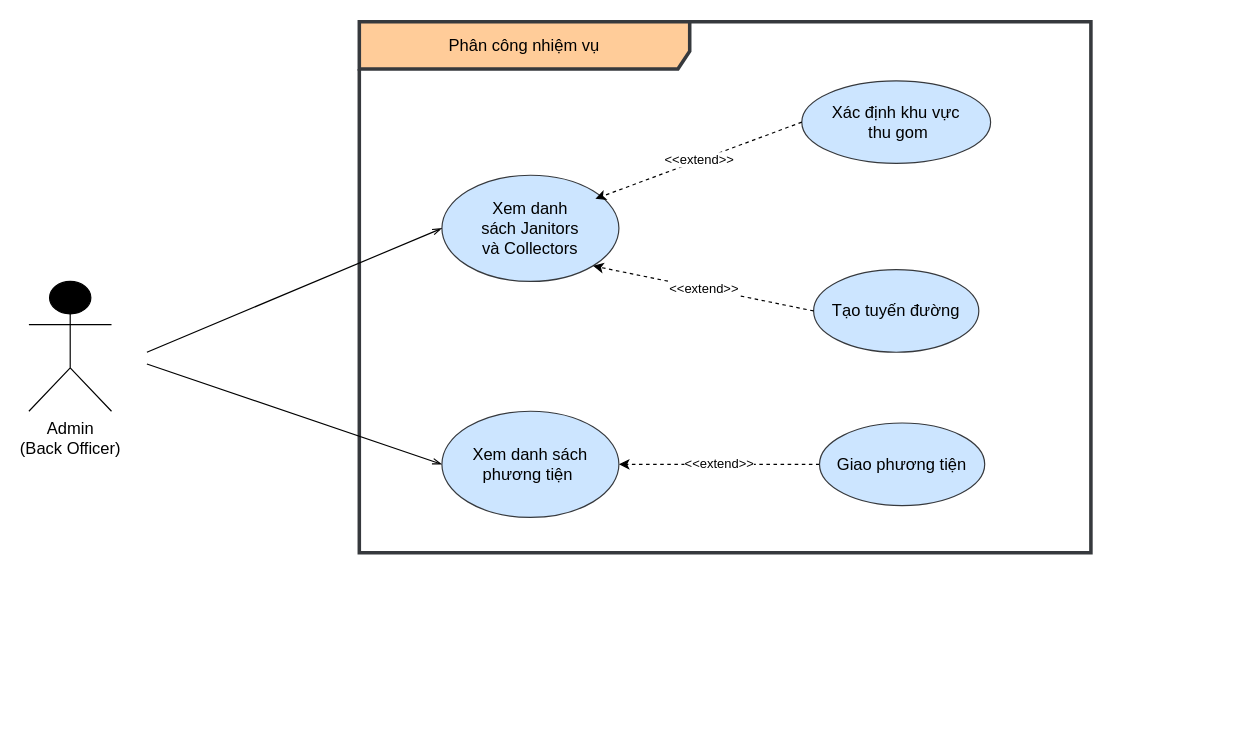
Above: Task 1/1.3/Task assignment.drawio in astr0tas/SE-with-Da-Bois---UWC-2.0 (draw.io), before the change. Source tidied: cells renumbered, new cells numbered last; positions are measured from the earlier drawing's top-left corner, leaving out a move shared by most shapes. Both pictures are drawn from the tidied source at 118%, with x=0, y=0 at pixel (28, 21).
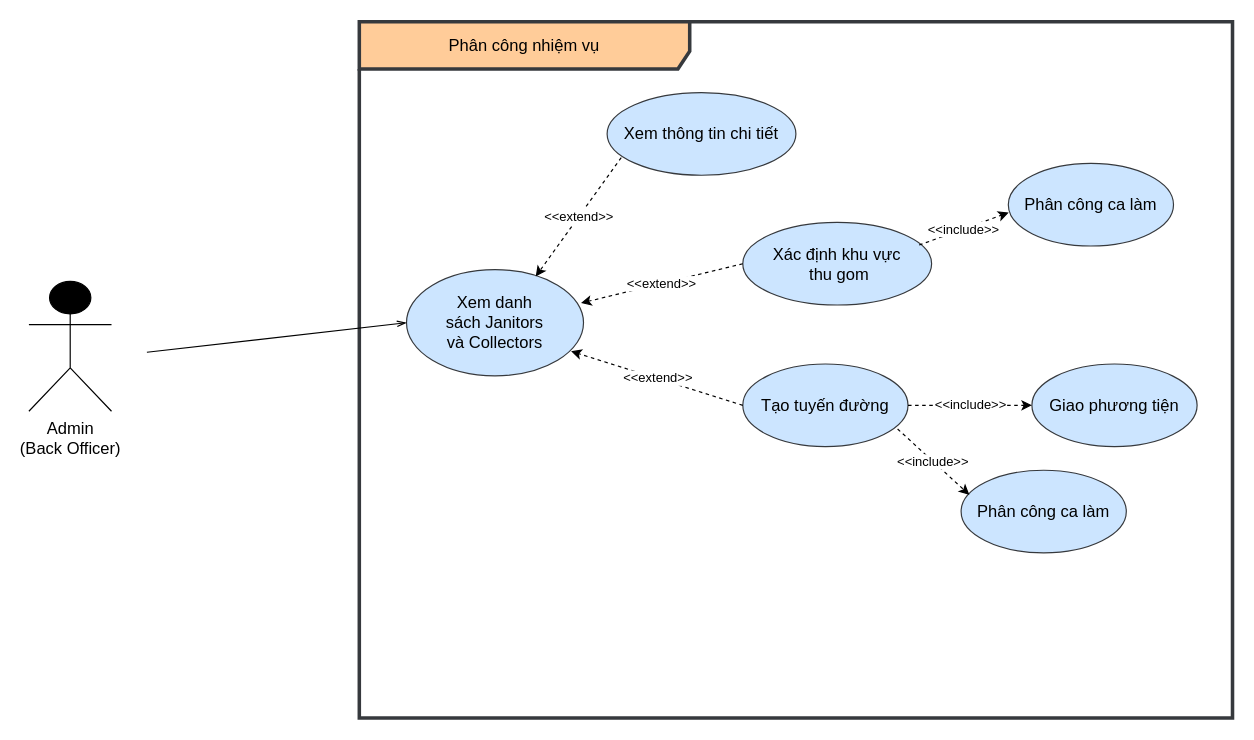
The same page after the edit.

What changed in the source:
```diff
@@
 <mxGraphModel>
   <root>
     <mxCell id="0" />
     <mxCell id="1" parent="0" />
     <mxCell id="2" value="&lt;font style=&quot;font-size: 14px;&quot;&gt;Admin &lt;br&gt;(&lt;span style=&quot;font-family: Arial, sans-serif;&quot;&gt;Back Officer&lt;/span&gt;)&lt;/font&gt;" style="shape=umlActor;verticalLabelPosition=bottom;verticalAlign=top;html=1;fillColor=#000000;" parent="1" vertex="1">
       <mxGeometry y="220" width="70" height="110" as="geometry" />
     </mxCell>
     <mxCell id="3" value="Phân công nhiệm vụ" style="shape=umlFrame;whiteSpace=wrap;html=1;fontSize=14;width=280;height=40;fillColor=#ffcc99;strokeColor=#36393d;strokeWidth=3;gradientColor=none;swimlaneFillColor=default;" parent="1" vertex="1">
-      <mxGeometry x="280" width="620" height="450" as="geometry" />
+      <mxGeometry x="280" width="740" height="590" as="geometry" />
     </mxCell>
     <mxCell id="4" value="Tạo tuyến đường" style="ellipse;whiteSpace=wrap;html=1;fontSize=14;fillColor=#cce5ff;strokeColor=#36393d;" parent="1" vertex="1">
-      <mxGeometry x="665" y="210" width="140" height="70" as="geometry" />
+      <mxGeometry x="605" y="290" width="140" height="70" as="geometry" />
     </mxCell>
     <mxCell id="5" value="Xem danh sách&amp;nbsp;&lt;a name=&quot;OLE_LINK27&quot;&gt;&lt;span&gt;Janitors&lt;br&gt;và Collectors&lt;/span&gt;&lt;/a&gt;" style="ellipse;whiteSpace=wrap;html=1;fontSize=14;fillColor=#cce5ff;strokeColor=#36393d;" parent="1" vertex="1">
-      <mxGeometry x="350" y="130" width="150" height="90" as="geometry" />
+      <mxGeometry x="320" y="210" width="150" height="90" as="geometry" />
     </mxCell>
     <mxCell id="6" style="endArrow=openThin;endFill=0;html=1;rounded=0;fontSize=14;entryX=0;entryY=0.5;entryDx=0;entryDy=0;" parent="1" edge="1" target="5">
       <mxGeometry relative="1" as="geometry">
         <mxPoint x="100" y="280" as="sourcePoint" />
       </mxGeometry>
     </mxCell>
     <mxCell id="7" value="Xác định khu vực&lt;br&gt;&amp;nbsp;thu gom" style="ellipse;whiteSpace=wrap;html=1;fontSize=14;fillColor=#cce5ff;strokeColor=#36393d;" parent="1" vertex="1">
-      <mxGeometry x="655" y="50" width="160" height="70" as="geometry" />
+      <mxGeometry x="605" y="170" width="160" height="70" as="geometry" />
     </mxCell>
-    <mxCell id="8" value="&amp;lt;&amp;lt;extend&amp;gt;&amp;gt;" style="endArrow=classic;html=1;rounded=0;exitX=0;exitY=0.5;exitDx=0;exitDy=0;dashed=1;entryX=0.867;entryY=0.222;entryDx=0;entryDy=0;entryPerimeter=0;" parent="1" edge="1" source="7" target="5">
+    <mxCell id="8" value="&amp;lt;&amp;lt;extend&amp;gt;&amp;gt;" style="endArrow=classic;html=1;rounded=0;exitX=0;exitY=0.5;exitDx=0;exitDy=0;dashed=1;entryX=0.986;entryY=0.315;entryDx=0;entryDy=0;entryPerimeter=0;" parent="1" edge="1" source="7" target="5">
       <mxGeometry relative="1" as="geometry" />
     </mxCell>
+    <mxCell id="10" value="&amp;lt;&amp;lt;extend&amp;gt;&amp;gt;" style="endArrow=classic;html=1;rounded=0;exitX=0;exitY=0.5;exitDx=0;exitDy=0;dashed=1;entryX=0.93;entryY=0.769;entryDx=0;entryDy=0;entryPerimeter=0;" parent="1" edge="1" source="4" target="5">
+      <mxGeometry relative="1" as="geometry" />
+    </mxCell>
+    <mxCell id="13" value="Giao phương tiện" style="ellipse;whiteSpace=wrap;html=1;fontSize=14;fillColor=#cce5ff;strokeColor=#36393d;" parent="1" vertex="1">
+      <mxGeometry x="850" y="290" width="140" height="70" as="geometry" />
+    </mxCell>
+    <mxCell id="14" value="&amp;lt;&amp;lt;include&amp;gt;&amp;gt;" style="endArrow=classic;html=1;rounded=0;entryX=0;entryY=0.5;entryDx=0;entryDy=0;exitX=1;exitY=0.5;exitDx=0;exitDy=0;dashed=1;" parent="1" edge="1" source="4" target="13">
+      <mxGeometry relative="1" as="geometry" />
+    </mxCell>
+    <mxCell id="15" value="Xem thông tin chi tiết" style="ellipse;whiteSpace=wrap;html=1;fontSize=14;fillColor=#cce5ff;strokeColor=#36393d;" parent="1" vertex="1">
+      <mxGeometry x="490" y="60" width="160" height="70" as="geometry" />
+    </mxCell>
-    <mxCell id="9" value="&amp;lt;&amp;lt;extend&amp;gt;&amp;gt;" style="endArrow=classic;html=1;rounded=0;entryX=1;entryY=0.5;entryDx=0;entryDy=0;exitX=0;exitY=0.5;exitDx=0;exitDy=0;dashed=1;" parent="1" edge="1" source="13" target="12">
+    <mxCell id="9" value="&amp;lt;&amp;lt;extend&amp;gt;&amp;gt;" style="endArrow=classic;html=1;rounded=0;exitX=0.075;exitY=0.786;exitDx=0;exitDy=0;dashed=1;entryX=0.73;entryY=0.065;entryDx=0;entryDy=0;entryPerimeter=0;exitPerimeter=0;" parent="1" edge="1" source="15" target="5">
       <mxGeometry relative="1" as="geometry" />
     </mxCell>
-    <mxCell id="10" value="&amp;lt;&amp;lt;extend&amp;gt;&amp;gt;" style="endArrow=classic;html=1;rounded=0;exitX=0;exitY=0.5;exitDx=0;exitDy=0;dashed=1;entryX=1;entryY=1;entryDx=0;entryDy=0;" parent="1" edge="1" source="4" target="5">
-      <mxGeometry relative="1" as="geometry" />
-    </mxCell>
-    <mxCell id="11" style="endArrow=openThin;endFill=0;html=1;rounded=0;fontSize=14;entryX=0;entryY=0.5;entryDx=0;entryDy=0;" parent="1" edge="1" target="12">
-      <mxGeometry relative="1" as="geometry">
-        <mxPoint x="100" y="290" as="sourcePoint" />
-      </mxGeometry>
-    </mxCell>
-    <mxCell id="12" value="Xem danh sách phương tiện&amp;nbsp;" style="ellipse;whiteSpace=wrap;html=1;fontSize=14;fillColor=#cce5ff;strokeColor=#36393d;" parent="1" vertex="1">
-      <mxGeometry x="350" y="330" width="150" height="90" as="geometry" />
-    </mxCell>
-    <mxCell id="13" value="Giao phương tiện" style="ellipse;whiteSpace=wrap;html=1;fontSize=14;fillColor=#cce5ff;strokeColor=#36393d;" parent="1" vertex="1">
-      <mxGeometry x="670" y="340" width="140" height="70" as="geometry" />
-    </mxCell>
+    <mxCell id="16" value="Phân công ca làm" style="ellipse;whiteSpace=wrap;html=1;fontSize=14;fillColor=#cce5ff;strokeColor=#36393d;" parent="1" vertex="1">
+      <mxGeometry x="790" y="380" width="140" height="70" as="geometry" />
+    </mxCell>
+    <mxCell id="17" value="Phân công ca làm" style="ellipse;whiteSpace=wrap;html=1;fontSize=14;fillColor=#cce5ff;strokeColor=#36393d;" parent="1" vertex="1">
+      <mxGeometry x="830" y="120" width="140" height="70" as="geometry" />
+    </mxCell>
+    <mxCell id="18" value="&amp;lt;&amp;lt;include&amp;gt;&amp;gt;" style="endArrow=classic;html=1;rounded=0;entryX=0.002;entryY=0.595;entryDx=0;entryDy=0;exitX=0.934;exitY=0.274;exitDx=0;exitDy=0;dashed=1;entryPerimeter=0;exitPerimeter=0;" parent="1" edge="1" source="7" target="17">
+      <mxGeometry relative="1" as="geometry" />
+    </mxCell>
+    <mxCell id="19" value="&amp;lt;&amp;lt;include&amp;gt;&amp;gt;" style="endArrow=classic;html=1;rounded=0;entryX=0.05;entryY=0.298;entryDx=0;entryDy=0;exitX=0.937;exitY=0.786;exitDx=0;exitDy=0;dashed=1;entryPerimeter=0;exitPerimeter=0;" parent="1" edge="1" source="4" target="16">
+      <mxGeometry relative="1" as="geometry" />
+    </mxCell>
   </root>
 </mxGraphModel>
```
